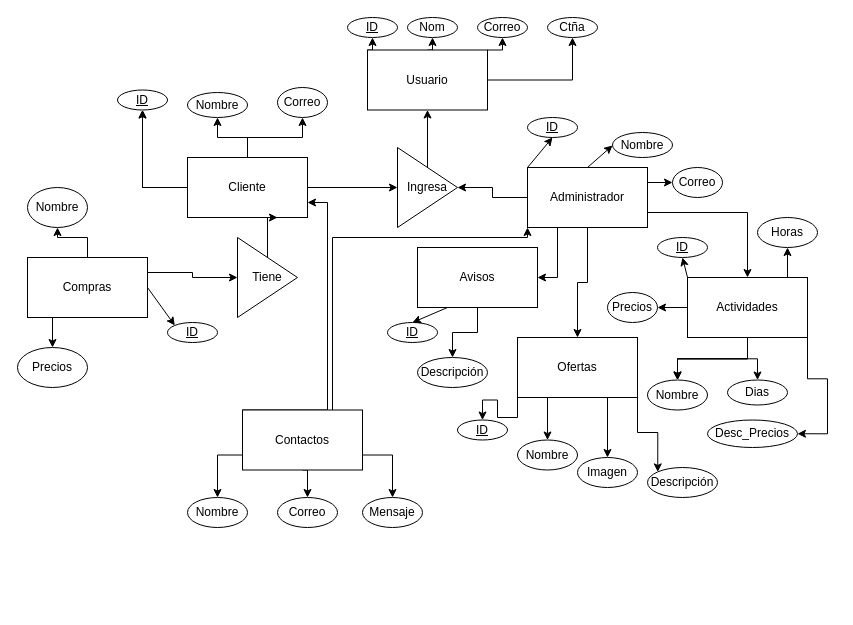
Above: varios/Diagrama_ER.drawio in HuBaMarin/projDespliegue (draw.io), before the change. Source tidied: cells renumbered, new cells numbered last; positions are measured from the earlier drawing's top-left corner, leaving out a move shared by most shapes. Both pictures are drawn from the tidied source at 100%, with x=0, y=0 at pixel (17, 17).
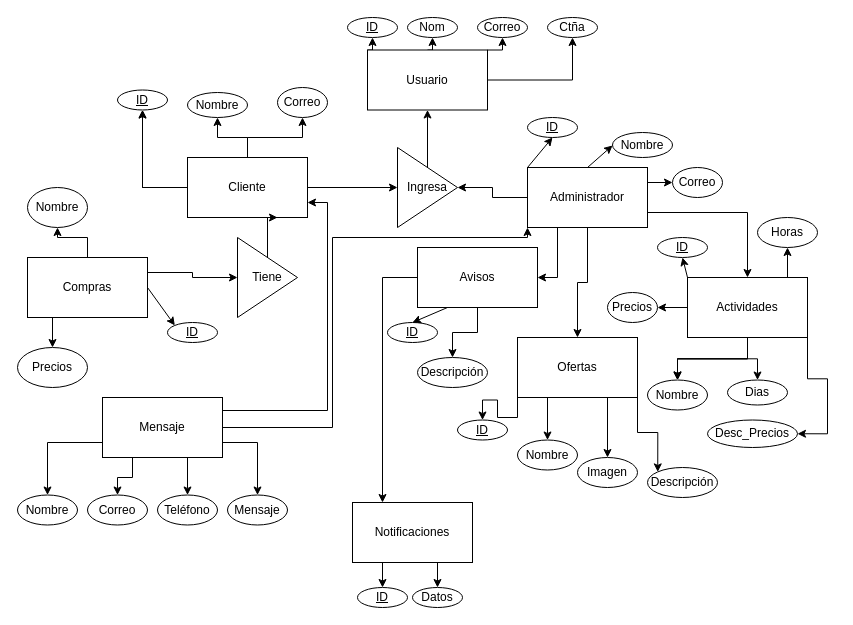
After the change.

Unchanged cells that the change refers to:
```xml
<mxCell id="17" value="Administrador" style="rounded=0;whiteSpace=wrap;html=1;" parent="1" vertex="1">
  <mxGeometry x="510" y="150" width="120" height="60" as="geometry" />
</mxCell>
<mxCell id="19" value="Avisos" style="rounded=0;whiteSpace=wrap;html=1;" parent="1" vertex="1">
  <mxGeometry x="400" y="230" width="120" height="60" as="geometry" />
</mxCell>
```

Change to the diagram source:
```diff
@@
+    <mxCell id="81" style="edgeStyle=orthogonalEdgeStyle;rounded=0;jettySize=auto;html=1;exitX=0;exitY=0.5;exitDx=0;exitDy=0;entryX=0.25;entryY=0;entryDx=0;entryDy=0;" parent="1" edge="1" source="19" target="86">
+      <mxGeometry relative="1" as="geometry" />
+    </mxCell>
@@
-    <mxCell id="67" style="edgeStyle=orthogonalEdgeStyle;rounded=0;jettySize=auto;html=1;exitX=0.5;exitY=1;exitDx=0;exitDy=0;entryX=0.5;entryY=0;entryDx=0;entryDy=0;" parent="1" edge="1" source="71" target="73">
+    <mxCell id="67" style="edgeStyle=orthogonalEdgeStyle;rounded=0;jettySize=auto;html=1;exitX=0.25;exitY=1;exitDx=0;exitDy=0;entryX=0.5;entryY=0;entryDx=0;entryDy=0;" parent="1" edge="1" source="71" target="73">
       <mxGeometry relative="1" as="geometry" />
     </mxCell>
@@
-    <mxCell id="70" style="edgeStyle=orthogonalEdgeStyle;rounded=0;jettySize=auto;html=1;exitX=0.75;exitY=0;exitDx=0;exitDy=0;entryX=0;entryY=1;entryDx=0;entryDy=0;" parent="1" edge="1" source="71" target="17">
+    <mxCell id="70" style="edgeStyle=orthogonalEdgeStyle;rounded=0;jettySize=auto;html=1;exitX=1;exitY=0.5;exitDx=0;exitDy=0;entryX=0;entryY=1;entryDx=0;entryDy=0;" parent="1" edge="1" source="71" target="17">
       <mxGeometry relative="1" as="geometry">
         <Array as="points">
+          <mxPoint x="315" y="410" />
           <mxPoint x="315" y="220" />
           <mxPoint x="510" y="220" />
         </Array>
       </mxGeometry>
     </mxCell>
+    <mxCell id="82" style="edgeStyle=orthogonalEdgeStyle;rounded=0;jettySize=auto;html=1;exitX=0.75;exitY=1;exitDx=0;exitDy=0;entryX=0.5;entryY=0;entryDx=0;entryDy=0;" parent="1" edge="1" source="71" target="83">
+      <mxGeometry relative="1" as="geometry" />
+    </mxCell>
-    <mxCell id="71" value="Contactos" style="rounded=0;whiteSpace=wrap;html=1;" parent="1" vertex="1">
-      <mxGeometry x="225" y="392.5" width="120" height="60" as="geometry" />
+    <mxCell id="71" value="Mensaje" style="rounded=0;whiteSpace=wrap;html=1;" parent="1" vertex="1">
+      <mxGeometry x="85" y="380" width="120" height="60" as="geometry" />
     </mxCell>
     <mxCell id="72" value="Nombre" style="ellipse;whiteSpace=wrap;html=1;rounded=0;" parent="1" vertex="1">
-      <mxGeometry x="170" y="480" width="60" height="30" as="geometry" />
+      <mxGeometry y="477.5" width="60" height="30" as="geometry" />
     </mxCell>
     <mxCell id="73" value="Correo" style="ellipse;whiteSpace=wrap;html=1;rounded=0;" parent="1" vertex="1">
-      <mxGeometry x="260" y="480" width="60" height="30" as="geometry" />
+      <mxGeometry x="70" y="477.5" width="60" height="30" as="geometry" />
     </mxCell>
     <mxCell id="74" value="Mensaje" style="ellipse;whiteSpace=wrap;html=1;rounded=0;" parent="1" vertex="1">
-      <mxGeometry x="345" y="480" width="60" height="30" as="geometry" />
+      <mxGeometry x="210" y="477.5" width="60" height="30" as="geometry" />
     </mxCell>
@@
+    <mxCell id="83" value="Teléfono" style="ellipse;whiteSpace=wrap;html=1;rounded=0;" parent="1" vertex="1">
+      <mxGeometry x="140" y="477.5" width="60" height="30" as="geometry" />
+    </mxCell>
+    <mxCell id="84" style="edgeStyle=orthogonalEdgeStyle;rounded=0;jettySize=auto;html=1;exitX=0.25;exitY=1;exitDx=0;exitDy=0;entryX=0.5;entryY=0;entryDx=0;entryDy=0;" parent="1" edge="1" source="86" target="87">
+      <mxGeometry relative="1" as="geometry" />
+    </mxCell>
+    <mxCell id="85" style="edgeStyle=orthogonalEdgeStyle;rounded=0;jettySize=auto;html=1;exitX=0.5;exitY=1;exitDx=0;exitDy=0;entryX=0.5;entryY=0;entryDx=0;entryDy=0;" parent="1" edge="1" source="86" target="88">
+      <mxGeometry relative="1" as="geometry" />
+    </mxCell>
+    <mxCell id="86" value="Notificaciones" style="rounded=0;whiteSpace=wrap;html=1;" parent="1" vertex="1">
+      <mxGeometry x="335" y="485" width="120" height="60" as="geometry" />
+    </mxCell>
+    <mxCell id="87" value="&lt;u&gt;ID&lt;/u&gt;" style="ellipse;whiteSpace=wrap;html=1;rounded=0;" parent="1" vertex="1">
+      <mxGeometry x="340" y="570" width="50" height="20" as="geometry" />
+    </mxCell>
+    <mxCell id="88" value="Datos" style="ellipse;whiteSpace=wrap;html=1;rounded=0;" parent="1" vertex="1">
+      <mxGeometry x="395" y="570" width="50" height="20" as="geometry" />
+    </mxCell>
```
